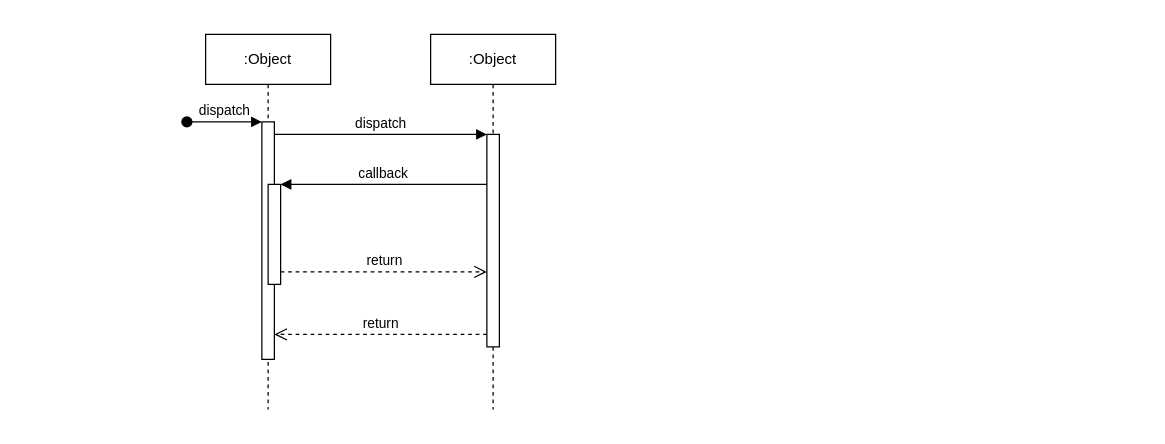
Before: sequence isi kuisioner.drawio in zzarr/Tugas-Akhir, a draw.io diagram. Source tidied: cells renumbered, new cells numbered last; positions are measured from the earlier drawing's top-left corner, leaving out a move shared by most shapes. Both pictures are drawn from the tidied source at 125%, with x=0, y=0 at pixel (186, 34).
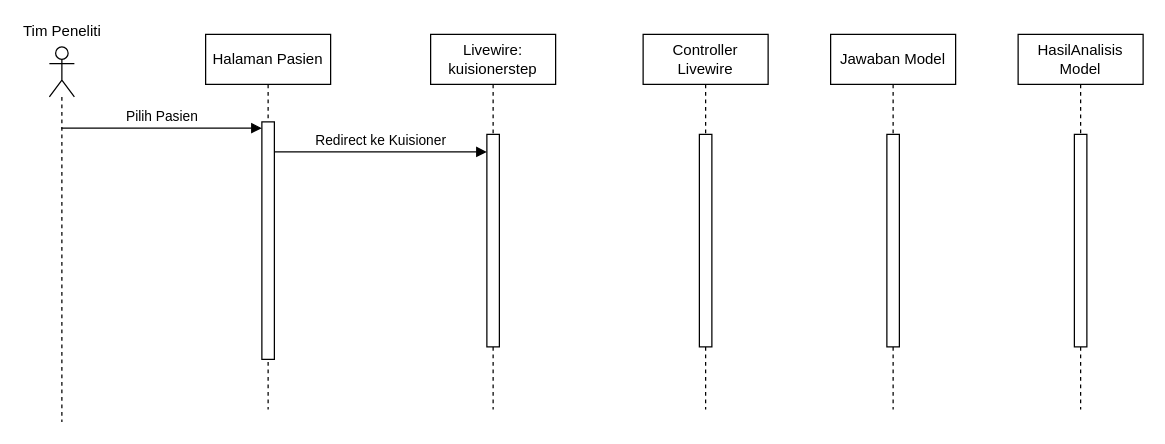
The same diagram, later.

What changed in the source:
```diff
@@
 <mxGraphModel>
   <root>
     <mxCell id="0" />
     <mxCell id="1" parent="0" />
-    <mxCell id="2" value=":Object" style="shape=umlLifeline;perimeter=lifelinePerimeter;whiteSpace=wrap;html=1;newEdgeStyle={&quot;edgeStyle&quot;:&quot;elbowEdgeStyle&quot;,&quot;elbow&quot;:&quot;vertical&quot;,&quot;curved&quot;:0,&quot;rounded&quot;:0};" parent="1" vertex="1">
+    <mxCell id="2" value="Halaman Pasien" style="shape=umlLifeline;perimeter=lifelinePerimeter;whiteSpace=wrap;html=1;newEdgeStyle={&quot;edgeStyle&quot;:&quot;elbowEdgeStyle&quot;,&quot;elbow&quot;:&quot;vertical&quot;,&quot;curved&quot;:0,&quot;rounded&quot;:0};" parent="1" vertex="1">
       <mxGeometry x="15" width="100" height="300" as="geometry" />
     </mxCell>
     <mxCell id="3" style="html=1;points=[];perimeter=orthogonalPerimeter;outlineConnect=0;targetShapes=umlLifeline;portConstraint=eastwest;newEdgeStyle={&quot;edgeStyle&quot;:&quot;elbowEdgeStyle&quot;,&quot;elbow&quot;:&quot;vertical&quot;,&quot;curved&quot;:0,&quot;rounded&quot;:0};" parent="2" vertex="1">
       <mxGeometry x="45" y="70" width="10" height="190" as="geometry" />
     </mxCell>
-    <mxCell id="4" value="dispatch" style="html=1;verticalAlign=bottom;startArrow=oval;endArrow=block;startSize=8;edgeStyle=elbowEdgeStyle;elbow=vertical;curved=0;rounded=0;" parent="2" edge="1" target="3">
-      <mxGeometry relative="1" as="geometry">
-        <mxPoint x="-15" y="70" as="sourcePoint" />
-      </mxGeometry>
-    </mxCell>
-    <mxCell id="5" style="html=1;points=[];perimeter=orthogonalPerimeter;outlineConnect=0;targetShapes=umlLifeline;portConstraint=eastwest;newEdgeStyle={&quot;edgeStyle&quot;:&quot;elbowEdgeStyle&quot;,&quot;elbow&quot;:&quot;vertical&quot;,&quot;curved&quot;:0,&quot;rounded&quot;:0};" parent="2" vertex="1">
-      <mxGeometry x="50" y="120" width="10" height="80" as="geometry" />
-    </mxCell>
-    <mxCell id="6" value=":Object" style="shape=umlLifeline;perimeter=lifelinePerimeter;whiteSpace=wrap;html=1;newEdgeStyle={&quot;edgeStyle&quot;:&quot;elbowEdgeStyle&quot;,&quot;elbow&quot;:&quot;vertical&quot;,&quot;curved&quot;:0,&quot;rounded&quot;:0};" parent="1" vertex="1">
+    <mxCell id="6" value="Livewire: kuisionerstep" style="shape=umlLifeline;perimeter=lifelinePerimeter;whiteSpace=wrap;html=1;newEdgeStyle={&quot;edgeStyle&quot;:&quot;elbowEdgeStyle&quot;,&quot;elbow&quot;:&quot;vertical&quot;,&quot;curved&quot;:0,&quot;rounded&quot;:0};" parent="1" vertex="1">
       <mxGeometry x="195" width="100" height="300" as="geometry" />
     </mxCell>
     <mxCell id="7" style="html=1;points=[];perimeter=orthogonalPerimeter;outlineConnect=0;targetShapes=umlLifeline;portConstraint=eastwest;newEdgeStyle={&quot;edgeStyle&quot;:&quot;elbowEdgeStyle&quot;,&quot;elbow&quot;:&quot;vertical&quot;,&quot;curved&quot;:0,&quot;rounded&quot;:0};" parent="6" vertex="1">
       <mxGeometry x="45" y="80" width="10" height="170" as="geometry" />
     </mxCell>
-    <mxCell id="8" value="dispatch" style="html=1;verticalAlign=bottom;endArrow=block;edgeStyle=elbowEdgeStyle;elbow=vertical;curved=0;rounded=0;" parent="1" edge="1" source="3" target="7">
-      <mxGeometry relative="1" as="geometry">
-        <Array as="points">
-          <mxPoint x="155" y="80" />
-        </Array>
-      </mxGeometry>
-    </mxCell>
-    <mxCell id="9" value="return" style="html=1;verticalAlign=bottom;endArrow=open;dashed=1;endSize=8;edgeStyle=elbowEdgeStyle;elbow=vertical;curved=0;rounded=0;" parent="1" edge="1" source="7" target="3">
-      <mxGeometry relative="1" as="geometry">
-        <Array as="points">
-          <mxPoint x="165" y="240" />
-        </Array>
-      </mxGeometry>
-    </mxCell>
-    <mxCell id="10" value="callback" style="html=1;verticalAlign=bottom;endArrow=block;edgeStyle=elbowEdgeStyle;elbow=vertical;curved=0;rounded=0;" parent="1" edge="1" source="7" target="5">
-      <mxGeometry relative="1" as="geometry">
-        <Array as="points">
-          <mxPoint x="165" y="120" />
-        </Array>
-      </mxGeometry>
-    </mxCell>
-    <mxCell id="11" value="return" style="html=1;verticalAlign=bottom;endArrow=open;dashed=1;endSize=8;edgeStyle=elbowEdgeStyle;elbow=vertical;curved=0;rounded=0;" parent="1" edge="1" source="5" target="7">
-      <mxGeometry relative="1" as="geometry">
-        <Array as="points">
-          <mxPoint x="155" y="190" />
-        </Array>
-      </mxGeometry>
-    </mxCell>
+    <mxCell id="12" value="Tim Peneliti&lt;div&gt;&lt;br&gt;&lt;/div&gt;" style="text;html=1;align=center;verticalAlign=middle;whiteSpace=wrap;rounded=0;" parent="1" vertex="1">
+      <mxGeometry x="-132.5" y="-10" width="65" height="30" as="geometry" />
+    </mxCell>
+    <mxCell id="13" style="shape=umlLifeline;perimeter=lifelinePerimeter;whiteSpace=wrap;html=1;outlineConnect=0;portConstraint=eastwest;newEdgeStyle={&quot;curved&quot;:0,&quot;rounded&quot;:0};participant=umlActor;" parent="1" vertex="1">
+      <mxGeometry x="-110" y="10" width="20" height="300" as="geometry" />
+    </mxCell>
+    <mxCell id="14" value="Controller Livewire" style="shape=umlLifeline;perimeter=lifelinePerimeter;whiteSpace=wrap;html=1;newEdgeStyle={&quot;edgeStyle&quot;:&quot;elbowEdgeStyle&quot;,&quot;elbow&quot;:&quot;vertical&quot;,&quot;curved&quot;:0,&quot;rounded&quot;:0};" parent="1" vertex="1">
+      <mxGeometry x="365" width="100" height="300" as="geometry" />
+    </mxCell>
+    <mxCell id="15" style="html=1;perimeter=orthogonalPerimeter;targetShapes=umlLifeline;newEdgeStyle={&quot;edgeStyle&quot;:&quot;elbowEdgeStyle&quot;,&quot;elbow&quot;:&quot;vertical&quot;,&quot;curved&quot;:0,&quot;rounded&quot;:0};" parent="14" vertex="1">
+      <mxGeometry x="45" y="80" width="10" height="170" as="geometry" />
+    </mxCell>
+    <mxCell id="16" value="Jawaban Model" style="shape=umlLifeline;perimeter=lifelinePerimeter;whiteSpace=wrap;html=1;newEdgeStyle={&quot;edgeStyle&quot;:&quot;elbowEdgeStyle&quot;,&quot;elbow&quot;:&quot;vertical&quot;,&quot;curved&quot;:0,&quot;rounded&quot;:0};" parent="1" vertex="1">
+      <mxGeometry x="515" width="100" height="300" as="geometry" />
+    </mxCell>
+    <mxCell id="17" style="html=1;perimeter=orthogonalPerimeter;targetShapes=umlLifeline;newEdgeStyle={&quot;edgeStyle&quot;:&quot;elbowEdgeStyle&quot;,&quot;elbow&quot;:&quot;vertical&quot;,&quot;curved&quot;:0,&quot;rounded&quot;:0};" parent="16" vertex="1">
+      <mxGeometry x="45" y="80" width="10" height="170" as="geometry" />
+    </mxCell>
+    <mxCell id="18" value="HasilAnalisis Model" style="shape=umlLifeline;perimeter=lifelinePerimeter;whiteSpace=wrap;html=1;newEdgeStyle={&quot;edgeStyle&quot;:&quot;elbowEdgeStyle&quot;,&quot;elbow&quot;:&quot;vertical&quot;,&quot;curved&quot;:0,&quot;rounded&quot;:0};" parent="1" vertex="1">
+      <mxGeometry x="665" width="100" height="300" as="geometry" />
+    </mxCell>
+    <mxCell id="19" style="html=1;perimeter=orthogonalPerimeter;targetShapes=umlLifeline;newEdgeStyle={&quot;edgeStyle&quot;:&quot;elbowEdgeStyle&quot;,&quot;elbow&quot;:&quot;vertical&quot;,&quot;curved&quot;:0,&quot;rounded&quot;:0};" parent="18" vertex="1">
+      <mxGeometry x="45" y="80" width="10" height="170" as="geometry" />
+    </mxCell>
+    <mxCell id="20" value="Pilih Pasien" style="html=1;verticalAlign=bottom;endArrow=block;curved=0;rounded=0;" parent="1" edge="1" source="13">
+      <mxGeometry relative="1" as="geometry">
+        <mxPoint x="60" y="75" as="targetPoint" />
+      </mxGeometry>
+    </mxCell>
+    <mxCell id="21" value="Redirect ke Kuisioner" style="html=1;verticalAlign=bottom;endArrow=block;curved=0;rounded=0;" parent="1" edge="1" target="7">
+      <mxGeometry relative="1" as="geometry">
+        <mxPoint x="70" y="94" as="sourcePoint" />
+      </mxGeometry>
+    </mxCell>
   </root>
 </mxGraphModel>
```
